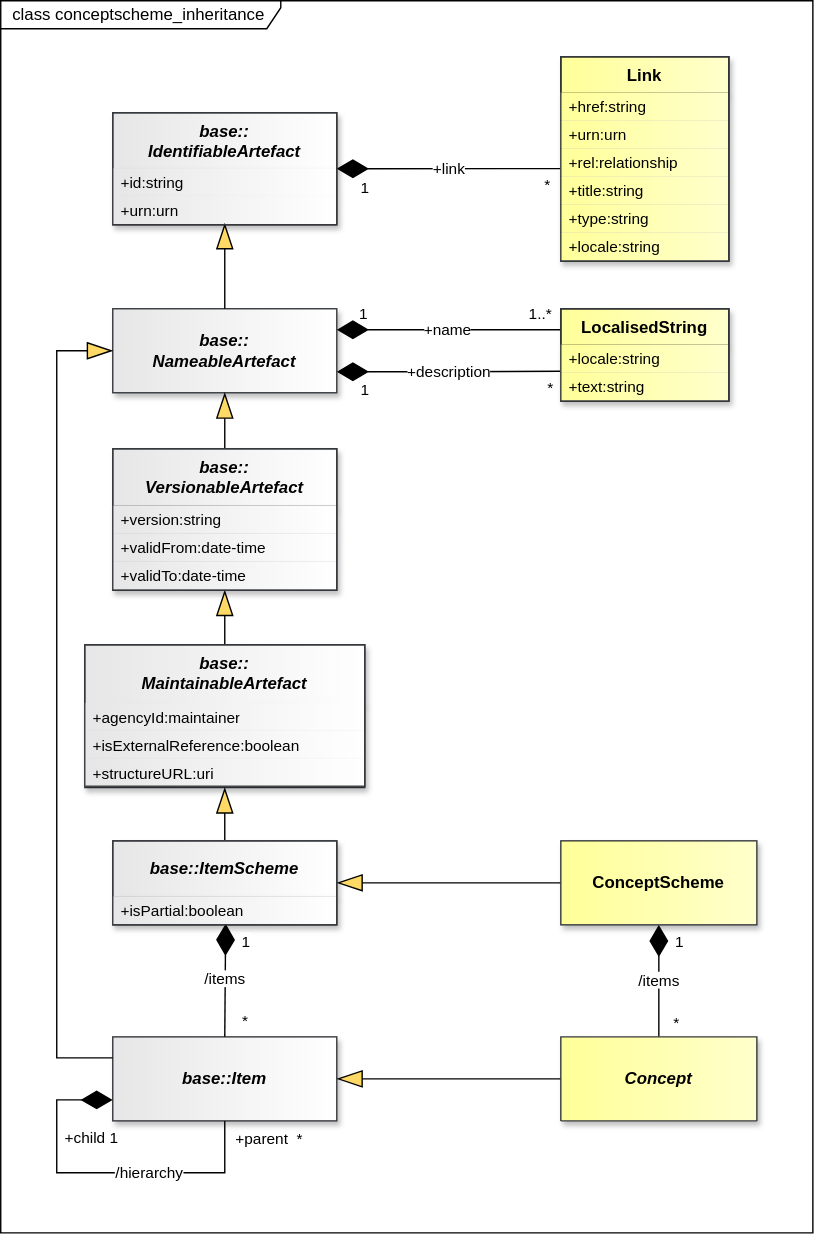
This is docs/information_model/media/sdmx_conceptscheme-conceptscheme_inheritance.svg from sdmx-twg/sdmx-im, a draw.io export, as it was before one commit. Source tidied: cells renumbered, new cells last; positions are measured from the earlier drawing's top-left corner, leaving out a move shared by most shapes.
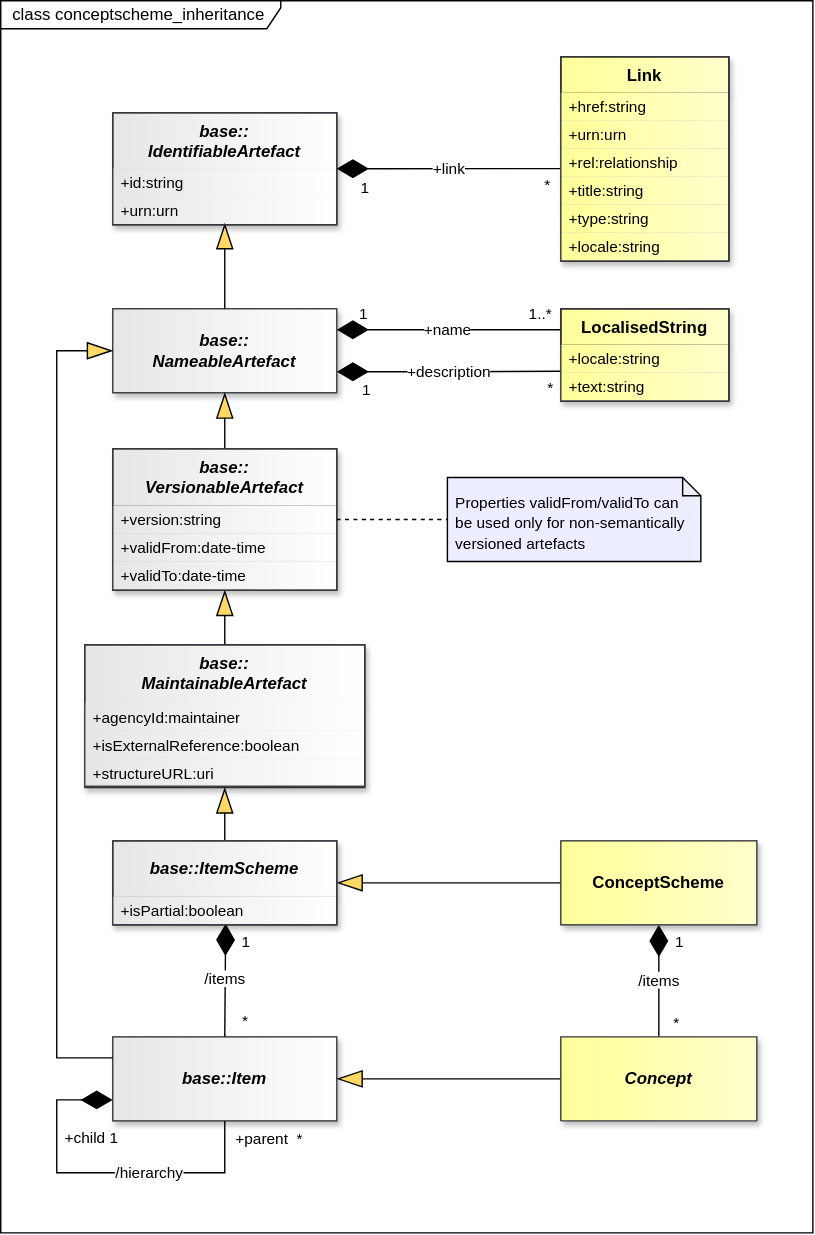
After the change.

Change to the diagram source:
```diff
@@ -213,5 +213,14 @@
     <mxCell id="61" style="rounded=0;whiteSpace=wrap;html=1;fillColor=none;strokeColor=#36393D;" parent="1" vertex="1">
       <mxGeometry x="80" y="600" width="160" height="60" as="geometry" />
     </mxCell>
+    <mxCell id="62" style="shape=note2;size=13;html=1;fillColor=light-dark(#ECEDFF,#ECEDFF);shadow=0;fontColor=light-dark(#000000,#000000);strokeColor=light-dark(#000000,#000000);verticalAlign=top;" parent="1" vertex="1">
+      <mxGeometry x="319" y="340.5" width="181" height="60" as="geometry" />
+    </mxCell>
+    <mxCell id="63" value="&lt;div&gt;&lt;font&gt;&lt;span style=&quot;font-size: 11px;&quot;&gt;Properties&amp;nbsp;&lt;/span&gt;&lt;/font&gt;&lt;span style=&quot;background-color: transparent; font-size: 11px;&quot;&gt;validFrom/validTo can be used only for non-semantically versioned artefacts&lt;/span&gt;&lt;/div&gt;" style="text;html=1;strokeColor=none;fillColor=none;align=left;verticalAlign=middle;spacingLeft=4;spacingRight=4;overflow=hidden;points=[[0,0.5],[1,0.5]];portConstraint=eastwest;whiteSpace=wrap;labelBorderColor=none;spacingTop=8;fontColor=light-dark(#000000,#000000);spacingBottom=4;" parent="62" vertex="1">
+      <mxGeometry width="181" height="60" as="geometry" />
+    </mxCell>
+    <mxCell id="64" style="edgeStyle=none;curved=1;rounded=0;jettySize=auto;html=1;fontSize=12;startSize=8;endSize=8;entryX=0;entryY=0.5;entryDx=0;entryDy=0;endArrow=none;endFill=0;dashed=1;exitX=1;exitY=0.5;exitDx=0;exitDy=0;" parent="1" edge="1" source="59" target="63">
+      <mxGeometry x="0.51" y="6.67" relative="1" as="geometry" />
+    </mxCell>
   </root>
 </mxGraphModel>
```
